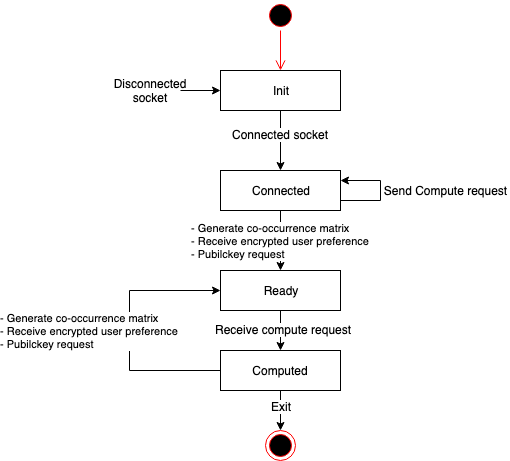
Above: doc/img/lbsr_pprs_state.png in yamanalab/lbsRecommend (draw.io), before the change. Source tidied: cells renumbered, new cells last; positions are measured from the earlier drawing's top-left corner, leaving out a move shared by most shapes.
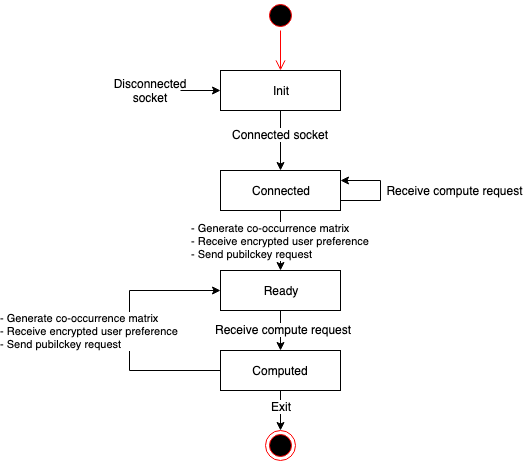
Later version of the same file.

Change to the diagram source:
```diff
@@ -11,7 +11,7 @@
     <mxCell id="4" value="Init" style="rounded=0;whiteSpace=wrap;html=1;" parent="1" vertex="1">
       <mxGeometry x="91" y="70" width="120" height="40" as="geometry" />
     </mxCell>
-    <mxCell id="5" value="&lt;div style=&quot;text-align: left&quot;&gt;- Generate co-occurrence matrix&lt;/div&gt;&lt;div style=&quot;text-align: left&quot;&gt;- Receive encrypted user preference&lt;/div&gt;&lt;div style=&quot;text-align: left&quot;&gt;- Pubilckey request&lt;/div&gt;" style="edgeStyle=orthogonalEdgeStyle;rounded=0;jettySize=auto;html=1;exitX=0.5;exitY=1;exitDx=0;exitDy=0;entryX=0.5;entryY=0;entryDx=0;entryDy=0;" parent="1" edge="1" source="6" target="9">
+    <mxCell id="5" value="&lt;div style=&quot;text-align: left&quot;&gt;- Generate co-occurrence matrix&lt;/div&gt;&lt;div style=&quot;text-align: left&quot;&gt;- Receive encrypted user preference&lt;/div&gt;&lt;div style=&quot;text-align: left&quot;&gt;- Send pubilckey request&lt;/div&gt;" style="edgeStyle=orthogonalEdgeStyle;rounded=0;jettySize=auto;html=1;exitX=0.5;exitY=1;exitDx=0;exitDy=0;entryX=0.5;entryY=0;entryDx=0;entryDy=0;" parent="1" edge="1" source="6" target="9">
       <mxGeometry relative="1" as="geometry" />
     </mxCell>
     <mxCell id="6" value="Connected" style="rounded=0;whiteSpace=wrap;html=1;" parent="1" vertex="1">
@@ -32,7 +32,7 @@
     <mxCell id="11" value="Exit" style="text;html=1;align=center;verticalAlign=middle;labelBackgroundColor=#ffffff;" parent="10" vertex="1">
       <mxGeometry x="-0.25" relative="1" as="geometry" />
     </mxCell>
-    <mxCell id="12" value="&lt;div style=&quot;text-align: left&quot;&gt;- Generate co-occurrence matrix&lt;/div&gt;&lt;div style=&quot;text-align: left&quot;&gt;- Receive encrypted user preference&lt;/div&gt;&lt;div style=&quot;text-align: left&quot;&gt;- Pubilckey request&lt;/div&gt;" style="edgeStyle=orthogonalEdgeStyle;rounded=0;jettySize=auto;html=1;exitX=0;exitY=0.5;exitDx=0;exitDy=0;entryX=0;entryY=0.5;entryDx=0;entryDy=0;" parent="1" edge="1" source="13" target="9">
+    <mxCell id="12" value="&lt;div style=&quot;text-align: left&quot;&gt;- Generate co-occurrence matrix&lt;/div&gt;&lt;div style=&quot;text-align: left&quot;&gt;- Receive encrypted user preference&lt;/div&gt;&lt;div style=&quot;text-align: left&quot;&gt;- Send pubilckey request&lt;/div&gt;" style="edgeStyle=orthogonalEdgeStyle;rounded=0;jettySize=auto;html=1;exitX=0;exitY=0.5;exitDx=0;exitDy=0;entryX=0;entryY=0.5;entryDx=0;entryDy=0;" parent="1" edge="1" source="13" target="9">
       <mxGeometry x="0.31" y="-57" relative="1" as="geometry">
         <Array as="points">
           <mxPoint y="370" />
@@ -71,8 +71,8 @@
         <mxPoint x="151" y="70" as="targetPoint" />
       </mxGeometry>
     </mxCell>
-    <mxCell id="20" value="&lt;div style=&quot;text-align: left&quot;&gt;Send Compute request&lt;/div&gt;" style="text;html=1;strokeColor=none;fillColor=none;align=center;verticalAlign=middle;whiteSpace=wrap;rounded=0;" parent="1" vertex="1">
-      <mxGeometry x="251" y="180" width="129" height="20" as="geometry" />
+    <mxCell id="20" value="&lt;div style=&quot;text-align: left&quot;&gt;Receive compute request&lt;/div&gt;" style="text;html=1;strokeColor=none;fillColor=none;align=center;verticalAlign=middle;whiteSpace=wrap;rounded=0;" parent="1" vertex="1">
+      <mxGeometry x="251" y="180" width="149" height="20" as="geometry" />
     </mxCell>
   </root>
 </mxGraphModel>
```
